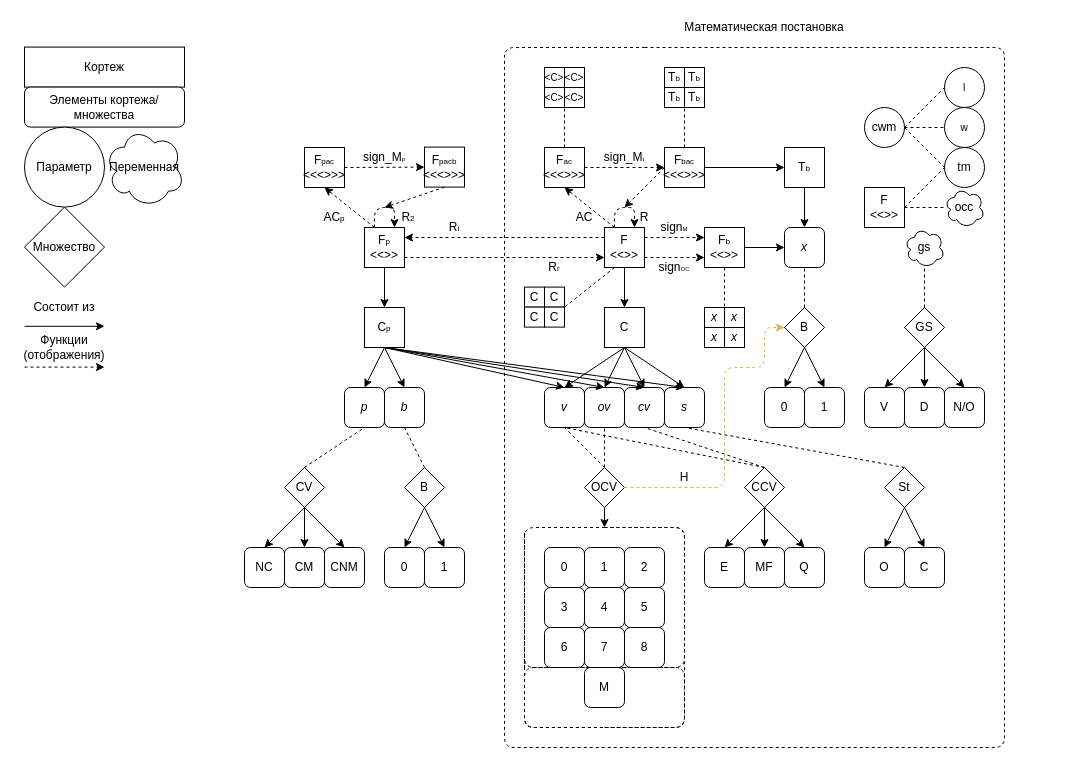
Above: page "Математическая схема" (5 of 19) of docs/Описание работы.drawio in xex238/Diploma_2022 (draw.io), before the change. Source tidied: cells renumbered, new cells numbered last; positions are measured from the earlier drawing's top-left corner, leaving out a move shared by most shapes. Both pictures are drawn from the tidied source at 100%, with x=0, y=0 at pixel (24, 17).
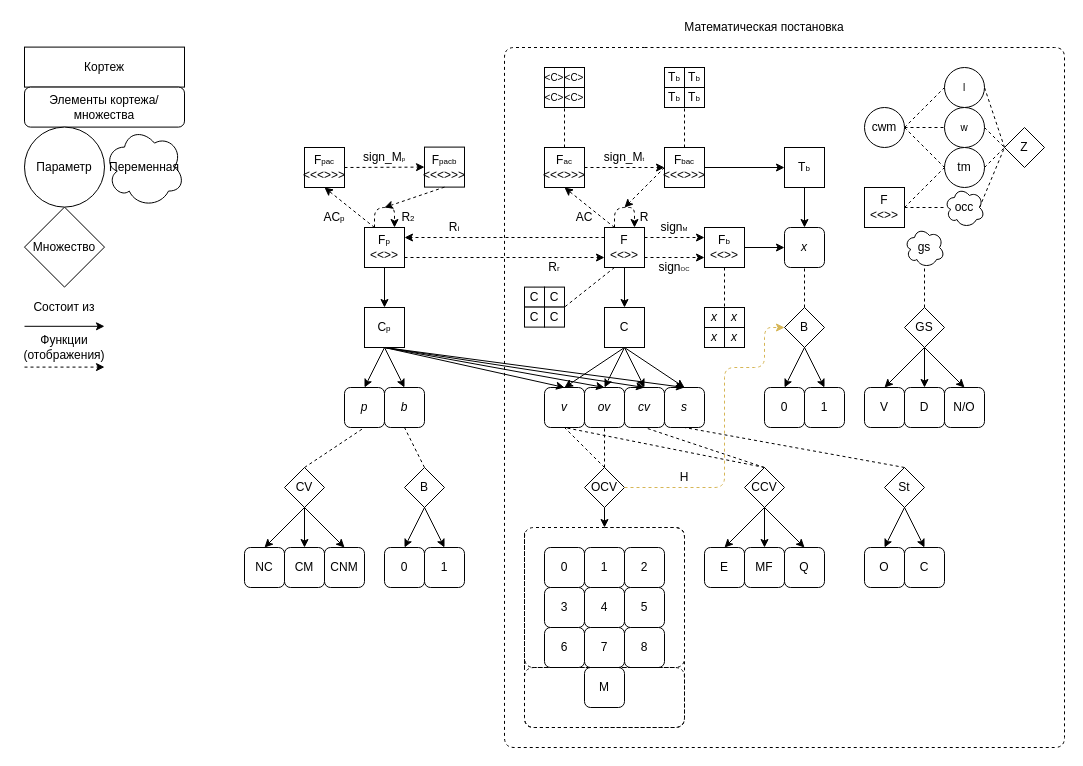
Above is the later version.

Unchanged cells that the change refers to:
```xml
<mxCell id="45" value="tm" style="ellipse;whiteSpace=wrap;html=1;" parent="1" vertex="1">
  <mxGeometry x="920" y="130" width="40" height="40" as="geometry" />
</mxCell>
<mxCell id="49" value="occ" style="ellipse;shape=cloud;whiteSpace=wrap;html=1;" parent="1" vertex="1">
  <mxGeometry x="920" y="170" width="40" height="40" as="geometry" />
</mxCell>
<mxCell id="136" value="l" style="ellipse;whiteSpace=wrap;html=1;fontSize=10;" parent="1" vertex="1">
  <mxGeometry x="920" y="50" width="40" height="40" as="geometry" />
</mxCell>
<mxCell id="137" value="w" style="ellipse;whiteSpace=wrap;html=1;fontSize=10;" parent="1" vertex="1">
  <mxGeometry x="920" y="90" width="40" height="40" as="geometry" />
</mxCell>
```

The edit, as a diff of the source:
```diff
@@
     <mxCell id="110" style="endArrow=none;html=1;dashed=1;" parent="1" edge="1">
       <mxGeometry relative="1" as="geometry">
         <mxPoint x="620" y="30" as="sourcePoint" />
         <mxPoint x="620" y="30" as="targetPoint" />
         <Array as="points">
-          <mxPoint x="980" y="30" />
-          <mxPoint x="980" y="730" />
+          <mxPoint x="1040" y="30" />
+          <mxPoint x="1040" y="730" />
           <mxPoint x="480" y="730" />
           <mxPoint x="480" y="30" />
         </Array>
       </mxGeometry>
     </mxCell>
@@
+    <mxCell id="161" value="Z" style="rhombus;whiteSpace=wrap;html=1;" parent="1" vertex="1">
+      <mxGeometry x="980" y="110" width="40" height="40" as="geometry" />
+    </mxCell>
+    <mxCell id="162" style="endArrow=none;html=1;strokeWidth=1;entryX=1;entryY=0.5;entryDx=0;entryDy=0;exitX=0;exitY=0.5;exitDx=0;exitDy=0;dashed=1;" parent="1" edge="1" source="161" target="136">
+      <mxGeometry relative="1" as="geometry" />
+    </mxCell>
+    <mxCell id="163" style="endArrow=none;html=1;dashed=1;strokeWidth=1;entryX=0;entryY=0.5;entryDx=0;entryDy=0;exitX=1;exitY=0.5;exitDx=0;exitDy=0;" parent="1" edge="1" source="137" target="161">
+      <mxGeometry relative="1" as="geometry" />
+    </mxCell>
+    <mxCell id="164" style="endArrow=none;html=1;dashed=1;strokeWidth=1;entryX=0;entryY=0.5;entryDx=0;entryDy=0;exitX=1;exitY=0.5;exitDx=0;exitDy=0;" parent="1" edge="1" source="45" target="161">
+      <mxGeometry relative="1" as="geometry" />
+    </mxCell>
+    <mxCell id="165" style="endArrow=none;html=1;dashed=1;strokeWidth=1;entryX=0;entryY=0.5;entryDx=0;entryDy=0;exitX=0.875;exitY=0.5;exitDx=0;exitDy=0;exitPerimeter=0;" parent="1" edge="1" source="49" target="161">
+      <mxGeometry relative="1" as="geometry" />
+    </mxCell>
```
